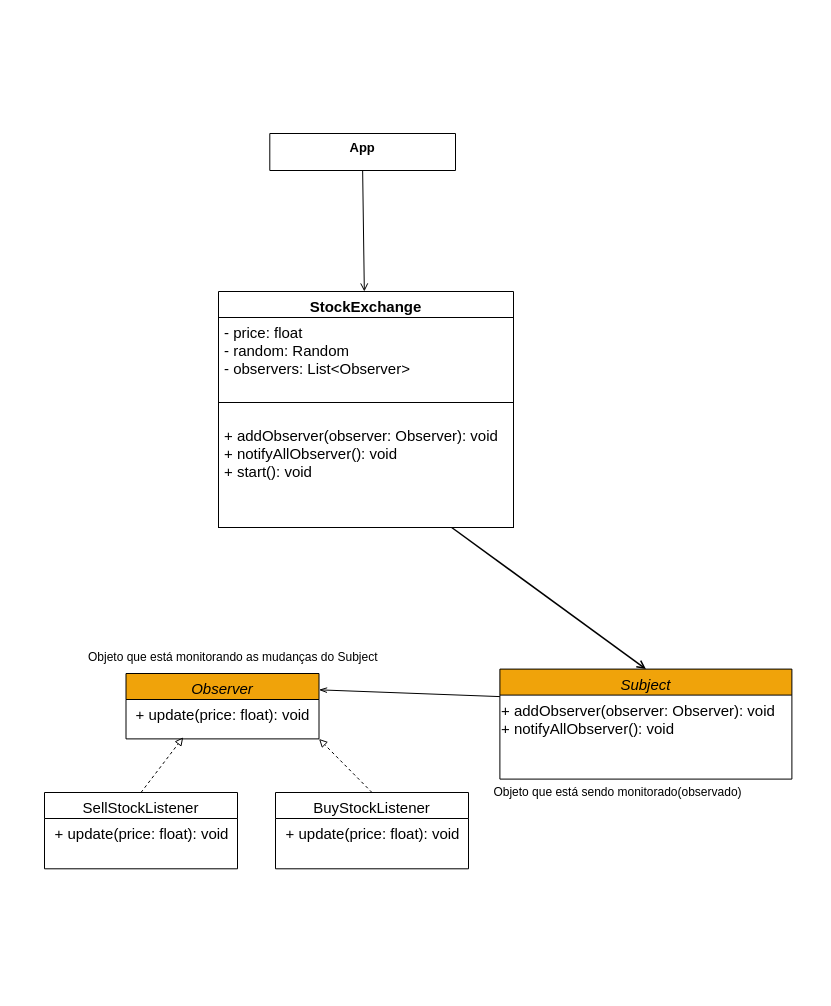
Above: Engenharia de Software 3/observer/observer.drawio in Simonehk/Bertoti (draw.io), before the change. Source tidied: cells renumbered, new cells numbered last; positions are measured from the earlier drawing's top-left corner, leaving out a move shared by most shapes. Both pictures are drawn from the tidied source at 100%, with x=0, y=0 at pixel (17, 17).
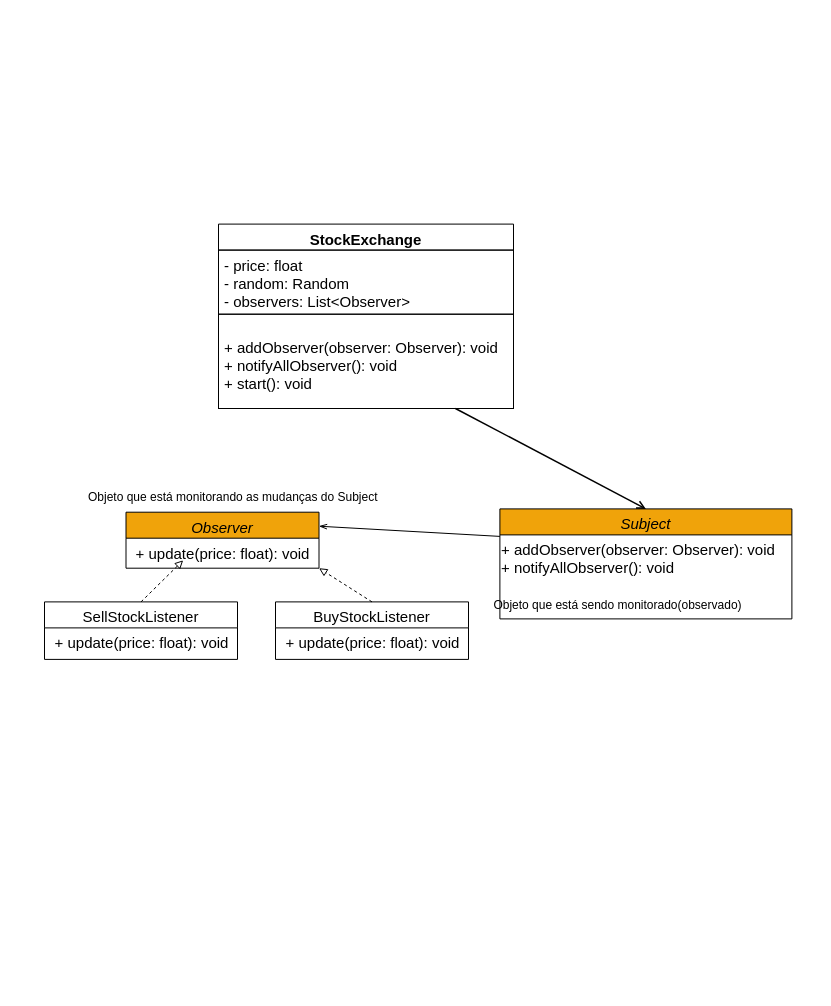
Above is the later version.

Commit message (it also covers changes not shown here):
fix facade & observer

Change to the diagram source:
```diff
@@
     <mxCell id="2" style="group;fillColor=none;align=left;" parent="1" vertex="1">
-      <mxGeometry width="796" height="972" as="geometry" />
+      <mxGeometry width="797" height="733" as="geometry" />
     </mxCell>
-    <mxCell id="3" value="App" style="swimlane;fontStyle=1;align=center;verticalAlign=top;horizontal=1;startSize=87;rounded=0;shadow=0;strokeWidth=1;fontColor=#000000;strokeColor=#000000;fillColor=none;fontSize=13;" parent="2" vertex="1">
-      <mxGeometry x="252.3" y="116" width="185.7" height="37" as="geometry" />
-    </mxCell>
     <mxCell id="4" value="Observer" style="swimlane;fontStyle=2;align=center;verticalAlign=top;horizontal=1;startSize=26;rounded=0;shadow=0;strokeWidth=1;fillColor=#f0a30a;strokeColor=#000000;fontColor=#000000;fontSize=15;" parent="2" vertex="1">
-      <mxGeometry x="108.5" y="656" width="193" height="65.4" as="geometry" />
+      <mxGeometry x="108.5" y="494.7" width="193" height="56" as="geometry" />
     </mxCell>
@@
     <mxCell id="6" value="Subject" style="swimlane;fontStyle=2;align=center;verticalAlign=top;horizontal=1;startSize=26;rounded=0;shadow=0;strokeWidth=1;fillColor=#f0a30a;fontColor=#000000;strokeColor=#000000;fontSize=15;" parent="2" vertex="1">
-      <mxGeometry x="482.4" y="651.6" width="292" height="110" as="geometry" />
+      <mxGeometry x="482.4" y="491.4" width="292" height="110" as="geometry" />
     </mxCell>
@@
     <mxCell id="10" value="StockExchange" style="swimlane;fontStyle=1;align=center;verticalAlign=top;horizontal=1;startSize=26;rounded=0;shadow=0;strokeWidth=1;fontColor=#000000;strokeColor=#000000;fillColor=none;fontSize=15;" parent="2" vertex="1">
-      <mxGeometry x="201" y="274" width="295" height="236" as="geometry" />
+      <mxGeometry x="201" y="206.6" width="295" height="184.4" as="geometry" />
     </mxCell>
     <mxCell id="11" value="- price: float &#10;- random: Random&#10;- observers: List&lt;Observer&gt;" style="text;align=left;verticalAlign=top;spacingLeft=4;spacingRight=4;overflow=hidden;fontStyle=0;fontColor=#000000;strokeColor=#000000;fontSize=15;" parent="10" vertex="1">
-      <mxGeometry y="26" width="295" height="85" as="geometry" />
+      <mxGeometry y="26" width="295" height="64.1" as="geometry" />
     </mxCell>
     <mxCell id="12" value="&#10;+ addObserver(observer: Observer): void&#10;+ notifyAllObserver(): void&#10;+ start(): void&#10;&#10;" style="text;align=left;verticalAlign=top;spacingLeft=4;spacingRight=4;overflow=hidden;points=[[0,0.5],[1,0.5]];portConstraint=eastwest;fontStyle=0;fontColor=#000000;strokeColor=#000000;fontSize=15;" parent="10" vertex="1">
-      <mxGeometry y="111" width="295" height="125" as="geometry" />
+      <mxGeometry y="90.1" width="295" height="94.3" as="geometry" />
     </mxCell>
     <mxCell id="13" style="edgeStyle=none;html=1;exitX=0.5;exitY=0;exitDx=0;exitDy=0;entryX=0.296;entryY=1.026;entryDx=0;entryDy=0;entryPerimeter=0;endArrow=block;endFill=0;fontColor=#000000;strokeColor=#000000;dashed=1;" parent="2" edge="1" source="14">
       <mxGeometry relative="1" as="geometry">
-        <mxPoint x="165.7" y="719.8" as="targetPoint" />
+        <mxPoint x="165.7" y="542.8" as="targetPoint" />
       </mxGeometry>
     </mxCell>
     <mxCell id="14" value="SellStockListener" style="swimlane;fontStyle=0;align=center;verticalAlign=top;horizontal=1;startSize=26;rounded=0;shadow=0;strokeWidth=1;fontColor=#000000;strokeColor=#000000;fillColor=none;fontSize=15;" parent="2" vertex="1">
-      <mxGeometry x="27" y="775" width="193" height="76.3" as="geometry" />
+      <mxGeometry x="27" y="584.4" width="193" height="57.5" as="geometry" />
     </mxCell>
@@
     <mxCell id="17" value="BuyStockListener" style="swimlane;fontStyle=0;align=center;verticalAlign=top;horizontal=1;startSize=26;rounded=0;shadow=0;strokeWidth=1;fontColor=#000000;strokeColor=#000000;fillColor=none;fontSize=15;" parent="2" vertex="1">
-      <mxGeometry x="258" y="775" width="193" height="76.3" as="geometry" />
+      <mxGeometry x="258" y="584.4" width="193" height="57.5" as="geometry" />
     </mxCell>
@@
-    <mxCell id="19" style="edgeStyle=none;html=1;endArrow=open;endFill=0;exitX=0.5;exitY=1;exitDx=0;exitDy=0;fontColor=#000000;strokeColor=#000000;" parent="2" edge="1" source="3" target="10">
-      <mxGeometry relative="1" as="geometry" />
-    </mxCell>
     <mxCell id="20" value="Objeto que está sendo monitorado(observado)" style="text;align=left;verticalAlign=top;spacingLeft=4;spacingRight=4;overflow=hidden;fontColor=#000000;strokeColor=none;" parent="2" vertex="1">
-      <mxGeometry x="470.4" y="760.6" width="325.6" height="54.5" as="geometry" />
+      <mxGeometry x="470.4" y="573.6" width="325.6" height="41.1" as="geometry" />
     </mxCell>
     <mxCell id="21" value="Objeto que está monitorando as mudanças do Subject" style="text;align=left;verticalAlign=bottom;spacingLeft=4;spacingRight=4;overflow=hidden;fontColor=#000000;strokeColor=#FFFFFF;" parent="2" vertex="1">
-      <mxGeometry x="65" y="605" width="385.9" height="43.6" as="geometry" />
+      <mxGeometry x="65" y="456.2" width="385.9" height="32.9" as="geometry" />
     </mxCell>
     <mxCell id="22" style="text;align=center;verticalAlign=middle;spacingLeft=4;spacingRight=4;overflow=hidden;fontColor=#000000;strokeColor=#FFFFFF;fontSize=15;" parent="2" vertex="1">
-      <mxGeometry x="205" y="18" width="385.9" height="43.6" as="geometry" />
+      <mxGeometry x="205" y="13.6" width="385.9" height="32.9" as="geometry" />
     </mxCell>
```
